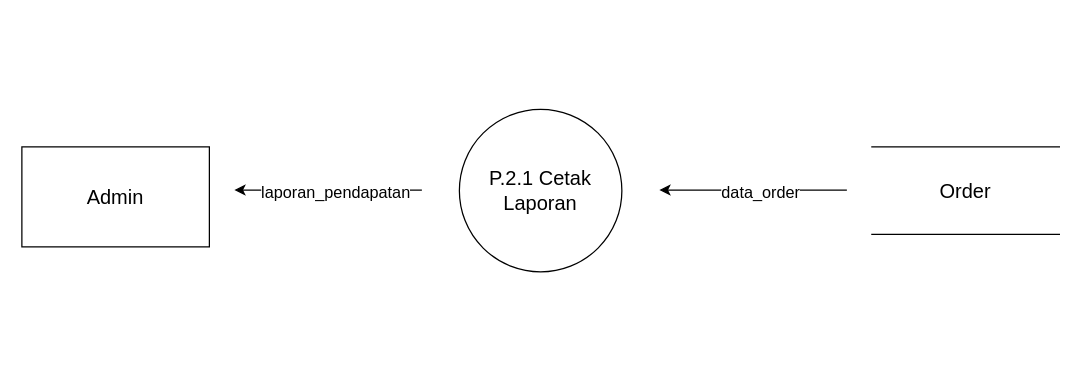
Before: dfd update/Data Flow Diagram Level 1 (Cetak Laporan).drawio in Naveigell/ta2, a draw.io diagram. Source tidied: cells renumbered, new cells numbered last; positions are measured from the earlier drawing's top-left corner, leaving out a move shared by most shapes. Both pictures are drawn from the tidied source at 125%, with x=0, y=0 at pixel (21, 109).
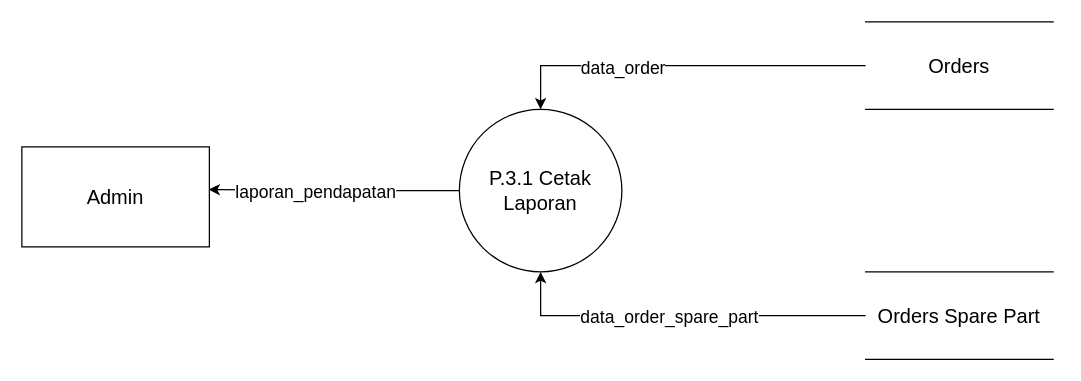
After the change.

The edit, as a diff of the source:
```diff
@@
 <mxGraphModel>
   <root>
     <mxCell id="0" />
     <mxCell id="1" parent="0" />
     <mxCell id="2" value="Admin" style="rounded=0;whiteSpace=wrap;html=1;fontSize=16;" parent="1" vertex="1">
       <mxGeometry y="30" width="150" height="80" as="geometry" />
     </mxCell>
-    <mxCell id="3" style="edgeStyle=orthogonalEdgeStyle;rounded=0;orthogonalLoop=1;jettySize=auto;html=1;fontSize=16;" parent="1" edge="1">
-      <mxGeometry relative="1" as="geometry">
-        <mxPoint x="660" y="64.5" as="sourcePoint" />
-        <mxPoint x="510" y="64.5" as="targetPoint" />
-        <Array as="points">
-          <mxPoint x="530" y="64.5" />
-        </Array>
-      </mxGeometry>
-    </mxCell>
+    <mxCell id="9" style="edgeStyle=orthogonalEdgeStyle;rounded=0;jettySize=auto;html=1;entryX=0.5;entryY=0;entryDx=0;entryDy=0;fontSize=14;" parent="1" edge="1" source="5" target="6">
+      <mxGeometry relative="1" as="geometry" />
+    </mxCell>
-    <mxCell id="4" value="data_order" style="edgeLabel;html=1;align=center;verticalAlign=middle;fontSize=13;" parent="3" vertex="1">
-      <mxGeometry x="0.34" y="2" relative="1" as="geometry">
-        <mxPoint x="31" y="-1" as="offset" />
-      </mxGeometry>
+    <mxCell id="4" value="data_order" style="edgeLabel;html=1;align=center;verticalAlign=middle;fontSize=14;" parent="9" vertex="1">
+      <mxGeometry x="0.32" y="1" relative="1" as="geometry" />
     </mxCell>
-    <mxCell id="5" value="Order" style="shape=partialRectangle;whiteSpace=wrap;html=1;left=0;right=0;fillColor=none;fontSize=16;" parent="1" vertex="1">
-      <mxGeometry x="680" y="30" width="150" height="70" as="geometry" />
+    <mxCell id="5" value="Orders" style="shape=partialRectangle;whiteSpace=wrap;html=1;left=0;right=0;fillColor=none;fontSize=16;" parent="1" vertex="1">
+      <mxGeometry x="675" y="-70" width="150" height="70" as="geometry" />
     </mxCell>
+    <mxCell id="10" style="edgeStyle=orthogonalEdgeStyle;rounded=0;jettySize=auto;html=1;entryX=0.996;entryY=0.427;entryDx=0;entryDy=0;entryPerimeter=0;" parent="1" edge="1" source="6" target="2">
+      <mxGeometry relative="1" as="geometry" />
+    </mxCell>
+    <mxCell id="8" value="laporan_pendapatan" style="edgeLabel;html=1;align=center;verticalAlign=middle;fontSize=14;" parent="10" vertex="1">
+      <mxGeometry x="0.27" y="-3" relative="1" as="geometry">
+        <mxPoint x="12" y="4" as="offset" />
+      </mxGeometry>
+    </mxCell>
-    <mxCell id="6" value="P.2.1 Cetak Laporan" style="ellipse;whiteSpace=wrap;html=1;fontSize=16;" parent="1" vertex="1">
+    <mxCell id="6" value="P.3.1 Cetak Laporan" style="ellipse;whiteSpace=wrap;html=1;fontSize=16;" parent="1" vertex="1">
       <mxGeometry x="350" width="130" height="130" as="geometry" />
     </mxCell>
-    <mxCell id="7" style="edgeStyle=orthogonalEdgeStyle;rounded=0;orthogonalLoop=1;jettySize=auto;html=1;fontSize=16;" parent="1" edge="1">
-      <mxGeometry relative="1" as="geometry">
-        <mxPoint x="320" y="64.5" as="sourcePoint" />
-        <mxPoint x="170" y="64.5" as="targetPoint" />
-        <Array as="points">
-          <mxPoint x="190" y="64.5" />
-        </Array>
-      </mxGeometry>
-    </mxCell>
-    <mxCell id="8" value="laporan_pendapatan" style="edgeLabel;html=1;align=center;verticalAlign=middle;fontSize=13;" parent="7" vertex="1">
-      <mxGeometry x="0.21" y="1" relative="1" as="geometry">
-        <mxPoint x="21" as="offset" />
-      </mxGeometry>
-    </mxCell>
+    <mxCell id="11" style="edgeStyle=orthogonalEdgeStyle;rounded=0;jettySize=auto;html=1;entryX=0.5;entryY=1;entryDx=0;entryDy=0;fontSize=14;" parent="1" edge="1" source="13" target="6">
+      <mxGeometry relative="1" as="geometry" />
+    </mxCell>
+    <mxCell id="12" value="data_order_spare_part" style="edgeLabel;html=1;align=center;verticalAlign=middle;fontSize=14;" parent="11" vertex="1">
+      <mxGeometry x="0.07" relative="1" as="geometry" />
+    </mxCell>
+    <mxCell id="13" value="Orders Spare Part" style="shape=partialRectangle;whiteSpace=wrap;html=1;left=0;right=0;fillColor=none;fontSize=16;" parent="1" vertex="1">
+      <mxGeometry x="675" y="130" width="150" height="70" as="geometry" />
+    </mxCell>
   </root>
 </mxGraphModel>
```
